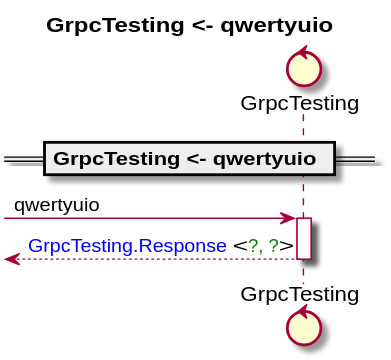
Before: templategeneration/docs/GrpcTesting/GrpcTestingqwertyuio.svg, a diagram exported from PlantUML (anz-bank/sysl-catalog).
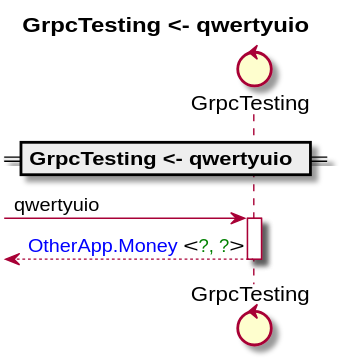
The same diagram one commit later.

The edit, as a diff of the source:
```diff
@@ -7,6 +7,6 @@
 == GrpcTesting <- qwertyuio ==
 [->_0 : qwertyuio
 activate _0
-[<--_0 : <color blue>GrpcTesting.Response</color> <<color green>?, ?</color>>
+[<--_0 : <color blue>OtherApp.Money</color> <<color green>?, ?</color>>
 deactivate _0
 @enduml
```
